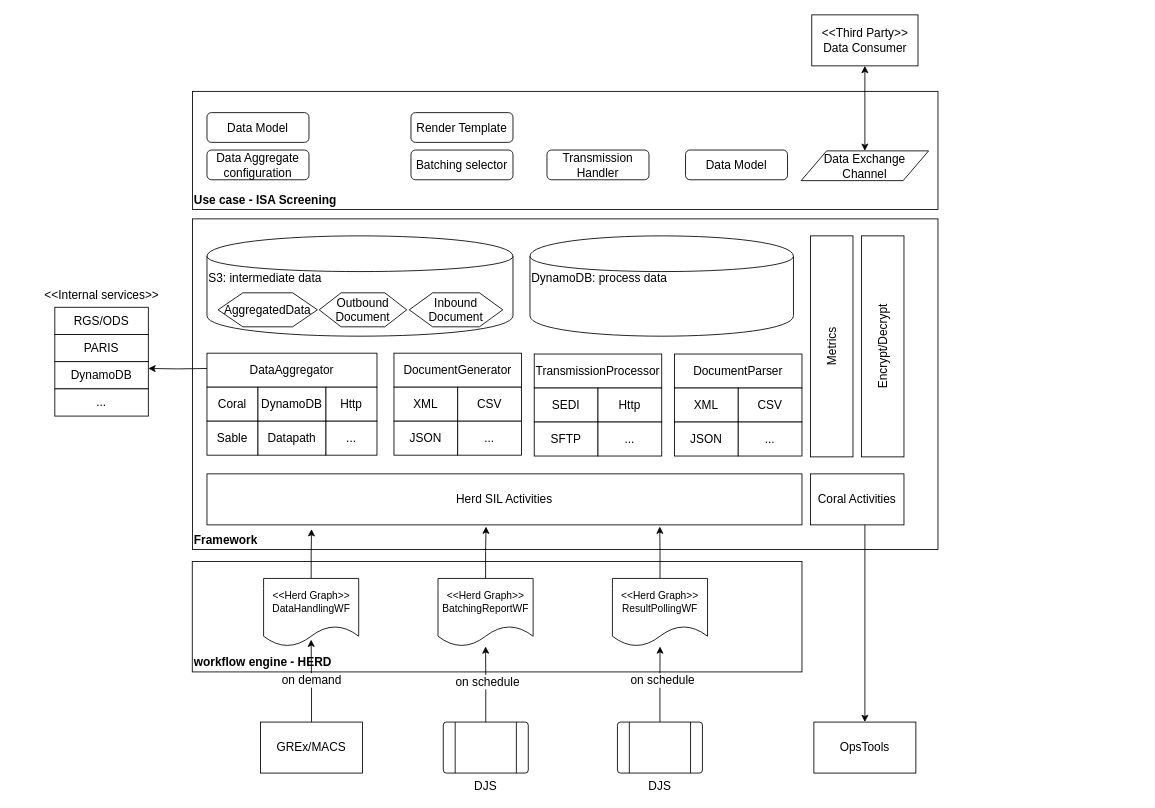
dongposhi/Mimicat keeps this draw.io diagram as Untitled Diagram.drawio. Above is the earlier version. Source tidied: cells renumbered, new cells numbered last; positions are measured from the earlier drawing's top-left corner, leaving out a move shared by most shapes. Both pictures are drawn from the tidied source at 85%, with x=0, y=0 at pixel (37, 14).
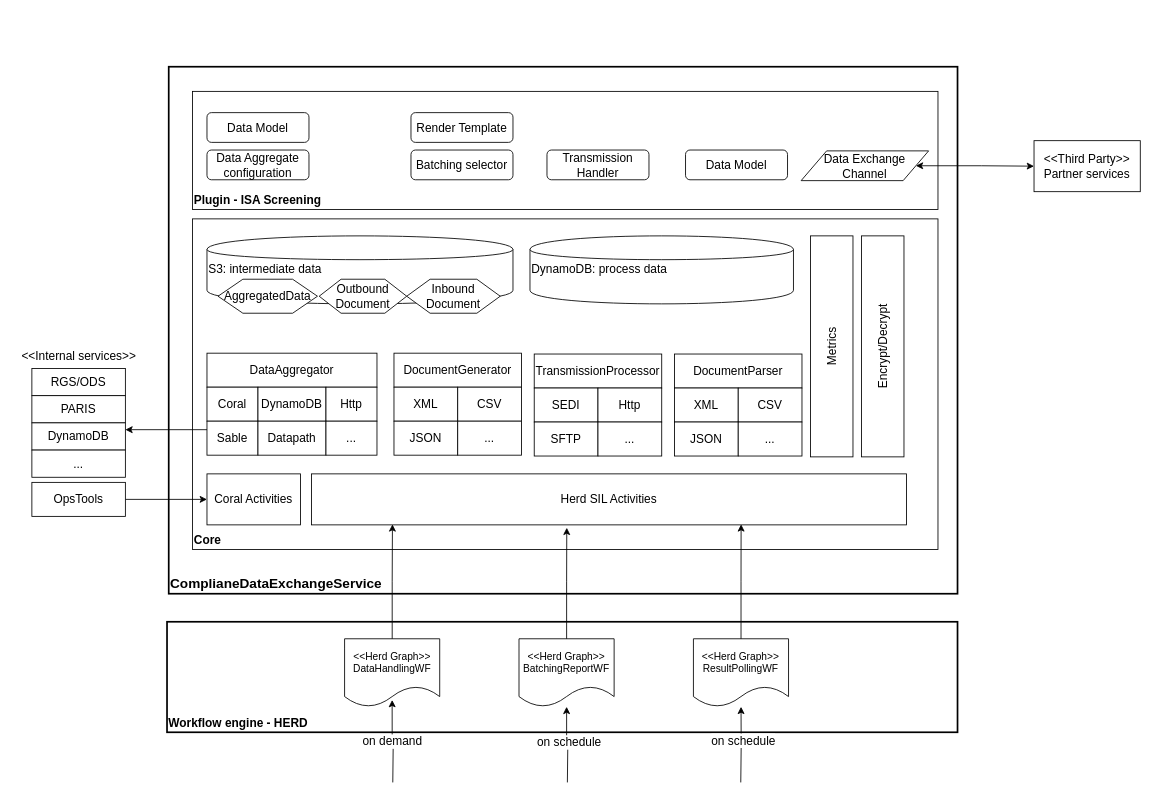
The same diagram, later.

Unchanged cells that the change refers to:
```xml
<mxCell id="38" value="Sable" style="rounded=0;whiteSpace=wrap;html=1;fontSize=14;" parent="33" vertex="1">
  <mxGeometry y="100" width="60" height="40" as="geometry" />
</mxCell>
<mxCell id="64" value="&lt;span style=&quot;white-space: normal&quot;&gt;Data Exchange Channel&lt;/span&gt;" style="shape=parallelogram;perimeter=parallelogramPerimeter;whiteSpace=wrap;html=1;fontSize=14;align=center;" parent="1" vertex="1">
  <mxGeometry x="898" y="160" width="150" height="35" as="geometry" />
</mxCell>
<mxCell id="70" value="DynamoDB" style="rounded=0;whiteSpace=wrap;html=1;fontSize=14;align=center;" parent="67" vertex="1">
  <mxGeometry y="64" width="110" height="32" as="geometry" />
</mxCell>
```

What changed in the source:
```diff
@@
+    <mxCell id="75" value="&lt;b&gt;&lt;font style=&quot;font-size: 16px&quot;&gt;ComplianeDataExchangeService&lt;/font&gt;&lt;/b&gt;" style="rounded=0;whiteSpace=wrap;html=1;fontSize=14;align=left;strokeWidth=2;verticalAlign=bottom;" parent="1" vertex="1">
+      <mxGeometry x="154" y="61" width="928" height="620" as="geometry" />
+    </mxCell>
     <mxCell id="2" style="group;" parent="1" vertex="1">
-      <mxGeometry x="749" y="399" width="470" height="230" as="geometry" />
+      <mxGeometry x="722" y="470" width="470" height="230" as="geometry" />
     </mxCell>
-    <mxCell id="3" value="Framework" style="rounded=0;whiteSpace=wrap;html=1;fontSize=14;align=left;verticalAlign=bottom;fontStyle=1;" parent="2" vertex="1">
-      <mxGeometry x="-567" y="-159" width="877" height="389" as="geometry" />
+    <mxCell id="3" value="Core" style="rounded=0;whiteSpace=wrap;html=1;fontSize=14;align=left;verticalAlign=bottom;fontStyle=1;" parent="2" vertex="1">
+      <mxGeometry x="-540" y="-230" width="877" height="389" as="geometry" />
     </mxCell>
     <mxCell id="4" value="DocumentParser" style="rounded=0;whiteSpace=wrap;html=1;fontSize=14;" parent="2" vertex="1">
-      <mxGeometry width="150" height="40" as="geometry" />
+      <mxGeometry x="27" y="-71" width="150" height="40" as="geometry" />
     </mxCell>
     <mxCell id="5" value="XML" style="rounded=0;whiteSpace=wrap;html=1;fontSize=14;" parent="2" vertex="1">
-      <mxGeometry y="40" width="75" height="40" as="geometry" />
+      <mxGeometry x="27" y="-31" width="75" height="40" as="geometry" />
     </mxCell>
     <mxCell id="6" value="CSV" style="rounded=0;whiteSpace=wrap;html=1;fontSize=14;" parent="2" vertex="1">
-      <mxGeometry x="75" y="40" width="75" height="40" as="geometry" />
+      <mxGeometry x="102" y="-31" width="75" height="40" as="geometry" />
     </mxCell>
     <mxCell id="7" value="JSON" style="rounded=0;whiteSpace=wrap;html=1;fontSize=14;" parent="2" vertex="1">
-      <mxGeometry y="80" width="75" height="40" as="geometry" />
+      <mxGeometry x="27" y="9" width="75" height="40" as="geometry" />
     </mxCell>
     <mxCell id="8" value="..." style="rounded=0;whiteSpace=wrap;html=1;fontSize=14;" parent="2" vertex="1">
-      <mxGeometry x="75" y="80" width="75" height="40" as="geometry" />
+      <mxGeometry x="102" y="9" width="75" height="40" as="geometry" />
     </mxCell>
-    <mxCell id="9" value="Herd SIL Activities" style="rounded=0;whiteSpace=wrap;html=1;fontSize=14;align=center;" parent="2" vertex="1">
-      <mxGeometry x="-550" y="141" width="700" height="60" as="geometry" />
-    </mxCell>
-    <mxCell id="10" value="Coral Activities" style="rounded=0;whiteSpace=wrap;html=1;fontSize=14;align=center;" parent="2" vertex="1">
-      <mxGeometry x="160" y="141" width="110" height="60" as="geometry" />
-    </mxCell>
     <mxCell id="11" value="DynamoDB: process data" style="shape=cylinder;whiteSpace=wrap;html=1;boundedLbl=1;backgroundOutline=1;fontSize=14;align=left;verticalAlign=top;" parent="2" vertex="1">
-      <mxGeometry x="-170" y="-139" width="310" height="118" as="geometry" />
+      <mxGeometry x="-143" y="-210" width="310" height="80" as="geometry" />
     </mxCell>
     <mxCell id="12" value="S3: intermediate data" style="shape=cylinder;whiteSpace=wrap;html=1;boundedLbl=1;backgroundOutline=1;fontSize=14;align=left;verticalAlign=top;" parent="2" vertex="1">
-      <mxGeometry x="-550" y="-139" width="360" height="118" as="geometry" />
+      <mxGeometry x="-523" y="-210" width="360" height="80" as="geometry" />
     </mxCell>
+    <mxCell id="10" value="Coral Activities" style="rounded=0;whiteSpace=wrap;html=1;fontSize=14;align=center;" parent="2" vertex="1">
+      <mxGeometry x="-523" y="70" width="110" height="60" as="geometry" />
+    </mxCell>
+    <mxCell id="42" value="Outbound&lt;br&gt;Document" style="shape=hexagon;perimeter=hexagonPerimeter2;whiteSpace=wrap;html=1;fontSize=14;" parent="2" vertex="1">
+      <mxGeometry x="-391" y="-159" width="103" height="40" as="geometry" />
+    </mxCell>
+    <mxCell id="55" value="Inbound&lt;br&gt;Document" style="shape=hexagon;perimeter=hexagonPerimeter2;whiteSpace=wrap;html=1;fontSize=14;" parent="2" vertex="1">
+      <mxGeometry x="-288" y="-159" width="110" height="40" as="geometry" />
+    </mxCell>
-    <mxCell id="13" style="group;" parent="1" vertex="1">
-      <mxGeometry x="219" y="643" width="830" height="130" as="geometry" />
+    <mxCell id="13" style="group;strokeWidth=2;" parent="1" vertex="1">
+      <mxGeometry x="192" y="714" width="890" height="130" as="geometry" />
     </mxCell>
-    <mxCell id="14" value="workflow engine - HERD" style="rounded=0;whiteSpace=wrap;html=1;align=left;verticalAlign=bottom;fontStyle=1;fontSize=14;" parent="13" vertex="1">
-      <mxGeometry x="-37.3" width="717.3" height="130" as="geometry" />
+    <mxCell id="14" value="Workflow engine - HERD" style="rounded=0;whiteSpace=wrap;html=1;align=left;verticalAlign=bottom;fontStyle=1;fontSize=14;strokeWidth=2;" parent="13" vertex="1">
+      <mxGeometry x="-40" width="930" height="130" as="geometry" />
     </mxCell>
     <mxCell id="15" value="&amp;lt;&amp;lt;Herd Graph&amp;gt;&amp;gt;&lt;br&gt;DataHandlingWF" style="shape=document;whiteSpace=wrap;html=1;boundedLbl=1;" parent="13" vertex="1">
-      <mxGeometry x="46.6" y="20" width="111.9" height="80" as="geometry" />
+      <mxGeometry x="168.9" y="20" width="111.9" height="80" as="geometry" />
     </mxCell>
     <mxCell id="16" value="&amp;lt;&amp;lt;Herd Graph&amp;gt;&amp;gt;&lt;br&gt;BatchingReportWF" style="shape=document;whiteSpace=wrap;html=1;boundedLbl=1;" parent="13" vertex="1">
-      <mxGeometry x="251.8" y="20" width="111.9" height="80" as="geometry" />
+      <mxGeometry x="374.1" y="20" width="111.9" height="80" as="geometry" />
     </mxCell>
     <mxCell id="17" value="&amp;lt;&amp;lt;Herd Graph&amp;gt;&amp;gt;&lt;br&gt;ResultPollingWF" style="shape=document;whiteSpace=wrap;html=1;boundedLbl=1;" parent="13" vertex="1">
-      <mxGeometry x="457" y="20" width="111.9" height="80" as="geometry" />
+      <mxGeometry x="579.3" y="20" width="111.9" height="80" as="geometry" />
     </mxCell>
-    <mxCell id="18" value="Use case - ISA Screening" style="rounded=0;whiteSpace=wrap;html=1;fontSize=14;align=left;verticalAlign=bottom;fontStyle=1;" parent="1" vertex="1">
+    <mxCell id="18" value="Plugin - ISA Screening" style="rounded=0;whiteSpace=wrap;html=1;fontSize=14;align=left;verticalAlign=bottom;fontStyle=1;" parent="1" vertex="1">
       <mxGeometry x="182" y="90" width="877" height="139" as="geometry" />
     </mxCell>
-    <mxCell id="19" style="edgeStyle=orthogonalEdgeStyle;rounded=0;jettySize=auto;html=1;fontSize=14;" parent="1" edge="1" source="21" target="16">
-      <mxGeometry relative="1" as="geometry" />
+    <mxCell id="19" style="edgeStyle=orthogonalEdgeStyle;rounded=0;jettySize=auto;html=1;fontSize=14;" parent="1" edge="1" target="16">
+      <mxGeometry relative="1" as="geometry">
+        <mxPoint x="623" y="903" as="sourcePoint" />
+      </mxGeometry>
     </mxCell>
@@
-    <mxCell id="21" value="DJS" style="verticalLabelPosition=bottom;verticalAlign=top;html=1;shape=process;whiteSpace=wrap;rounded=1;size=0.14;arcSize=6;fontSize=14;" parent="1" vertex="1">
-      <mxGeometry x="477" y="832" width="100" height="60" as="geometry" />
-    </mxCell>
-    <mxCell id="22" style="edgeStyle=orthogonalEdgeStyle;rounded=0;jettySize=auto;html=1;fontSize=14;" parent="1" edge="1" source="24" target="17">
-      <mxGeometry relative="1" as="geometry" />
+    <mxCell id="22" style="edgeStyle=orthogonalEdgeStyle;rounded=0;jettySize=auto;html=1;fontSize=14;" parent="1" edge="1" target="17">
+      <mxGeometry relative="1" as="geometry">
+        <mxPoint x="827" y="903" as="sourcePoint" />
+      </mxGeometry>
     </mxCell>
@@
-    <mxCell id="24" value="DJS" style="verticalLabelPosition=bottom;verticalAlign=top;html=1;shape=process;whiteSpace=wrap;rounded=1;size=0.14;arcSize=6;fontSize=14;" parent="1" vertex="1">
-      <mxGeometry x="681.9" y="832" width="100" height="60" as="geometry" />
-    </mxCell>
-    <mxCell id="25" style="edgeStyle=orthogonalEdgeStyle;rounded=0;jettySize=auto;html=1;entryX=0.5;entryY=0.9;entryDx=0;entryDy=0;entryPerimeter=0;fontSize=14;" parent="1" edge="1" source="27" target="15">
-      <mxGeometry relative="1" as="geometry" />
+    <mxCell id="25" style="edgeStyle=orthogonalEdgeStyle;rounded=0;jettySize=auto;html=1;entryX=0.5;entryY=0.9;entryDx=0;entryDy=0;entryPerimeter=0;fontSize=14;" parent="1" edge="1" target="15">
+      <mxGeometry relative="1" as="geometry">
+        <mxPoint x="417.6" y="903" as="sourcePoint" />
+      </mxGeometry>
     </mxCell>
@@
-    <mxCell id="27" value="GREx/MACS" style="rounded=0;whiteSpace=wrap;html=1;fontSize=14;" parent="1" vertex="1">
-      <mxGeometry x="262" y="832" width="120" height="60" as="geometry" />
-    </mxCell>
@@
-    <mxCell id="41" value="AggregatedData" style="shape=hexagon;perimeter=hexagonPerimeter2;whiteSpace=wrap;html=1;fontSize=14;" parent="1" vertex="1">
-      <mxGeometry x="212" y="327" width="117" height="40" as="geometry" />
-    </mxCell>
-    <mxCell id="42" value="Outbound&lt;br&gt;Document" style="shape=hexagon;perimeter=hexagonPerimeter2;whiteSpace=wrap;html=1;fontSize=14;" parent="1" vertex="1">
-      <mxGeometry x="331" y="327" width="103" height="40" as="geometry" />
-    </mxCell>
@@
-    <mxCell id="55" value="Inbound&lt;br&gt;Document" style="shape=hexagon;perimeter=hexagonPerimeter2;whiteSpace=wrap;html=1;fontSize=14;" parent="1" vertex="1">
-      <mxGeometry x="437" y="327" width="110" height="40" as="geometry" />
-    </mxCell>
@@
-    <mxCell id="59" style="edgeStyle=orthogonalEdgeStyle;rounded=0;jettySize=auto;html=1;entryX=1;entryY=0.25;entryDx=0;entryDy=0;fontSize=14;" parent="1" edge="1" target="70">
-      <mxGeometry relative="1" as="geometry">
-        <mxPoint x="199" y="416" as="sourcePoint" />
-      </mxGeometry>
+    <mxCell id="59" style="edgeStyle=orthogonalEdgeStyle;rounded=0;jettySize=auto;html=1;entryX=1;entryY=0.25;entryDx=0;entryDy=0;fontSize=14;exitX=0;exitY=0.25;exitDx=0;exitDy=0;" parent="1" edge="1" source="38" target="70">
+      <mxGeometry relative="1" as="geometry" />
     </mxCell>
-    <mxCell id="60" style="edgeStyle=orthogonalEdgeStyle;rounded=0;jettySize=auto;html=1;fontSize=14;" parent="1" edge="1" source="15">
-      <mxGeometry relative="1" as="geometry">
-        <mxPoint x="322" y="605" as="targetPoint" />
-      </mxGeometry>
+    <mxCell id="60" style="edgeStyle=orthogonalEdgeStyle;rounded=0;jettySize=auto;html=1;fontSize=14;entryX=0.136;entryY=0.989;entryDx=0;entryDy=0;entryPerimeter=0;" parent="1" edge="1" source="15" target="9">
+      <mxGeometry relative="1" as="geometry" />
     </mxCell>
-    <mxCell id="61" style="edgeStyle=orthogonalEdgeStyle;rounded=0;jettySize=auto;html=1;fontSize=14;entryX=0.469;entryY=1.033;entryDx=0;entryDy=0;entryPerimeter=0;" parent="1" edge="1" source="16" target="9">
+    <mxCell id="61" style="edgeStyle=orthogonalEdgeStyle;rounded=0;jettySize=auto;html=1;fontSize=14;entryX=0.429;entryY=1.056;entryDx=0;entryDy=0;entryPerimeter=0;" parent="1" edge="1" source="16" target="9">
       <mxGeometry relative="1" as="geometry" />
     </mxCell>
-    <mxCell id="62" style="edgeStyle=orthogonalEdgeStyle;rounded=0;jettySize=auto;html=1;entryX=0.761;entryY=1.033;entryDx=0;entryDy=0;entryPerimeter=0;fontSize=14;" parent="1" edge="1" source="17" target="9">
+    <mxCell id="62" style="edgeStyle=orthogonalEdgeStyle;rounded=0;jettySize=auto;html=1;entryX=0.722;entryY=0.989;entryDx=0;entryDy=0;entryPerimeter=0;fontSize=14;" parent="1" edge="1" source="17" target="9">
       <mxGeometry relative="1" as="geometry" />
     </mxCell>
-    <mxCell id="63" style="edgeStyle=orthogonalEdgeStyle;rounded=0;jettySize=auto;html=1;entryX=0.5;entryY=1;entryDx=0;entryDy=0;fontSize=14;startArrow=classic;startFill=1;" parent="1" edge="1" source="64" target="65">
+    <mxCell id="63" style="edgeStyle=orthogonalEdgeStyle;rounded=0;jettySize=auto;html=1;entryX=0;entryY=0.5;entryDx=0;entryDy=0;fontSize=14;startArrow=classic;startFill=1;" parent="1" edge="1" source="64" target="65">
       <mxGeometry relative="1" as="geometry" />
     </mxCell>
@@
-    <mxCell id="65" value="&amp;lt;&amp;lt;Third Party&amp;gt;&amp;gt;&lt;br&gt;Data Consumer" style="rounded=0;whiteSpace=wrap;html=1;fontSize=14;align=center;" parent="1" vertex="1">
-      <mxGeometry x="910.5" width="125" height="60" as="geometry" />
+    <mxCell id="65" value="&amp;lt;&amp;lt;Third Party&amp;gt;&amp;gt;&lt;br&gt;Partner services" style="rounded=0;whiteSpace=wrap;html=1;fontSize=14;align=center;" parent="1" vertex="1">
+      <mxGeometry x="1172" y="148" width="125" height="60" as="geometry" />
     </mxCell>
     <mxCell id="66" style="group;" parent="1" vertex="1">
-      <mxGeometry y="320" width="150" height="152" as="geometry" />
+      <mxGeometry x="-27" y="392" width="150" height="152" as="geometry" />
     </mxCell>
@@
-    <mxCell id="73" style="edgeStyle=orthogonalEdgeStyle;rounded=0;jettySize=auto;html=1;entryX=0.582;entryY=1;entryDx=0;entryDy=0;entryPerimeter=0;startArrow=classic;startFill=1;fontSize=14;endArrow=none;endFill=0;" parent="1" edge="1" source="74" target="10">
+    <mxCell id="73" style="edgeStyle=orthogonalEdgeStyle;rounded=0;jettySize=auto;html=1;entryX=0;entryY=0.5;entryDx=0;entryDy=0;startArrow=none;startFill=0;fontSize=14;endArrow=classic;endFill=1;" parent="1" edge="1" source="74" target="10">
       <mxGeometry relative="1" as="geometry" />
     </mxCell>
     <mxCell id="74" value="OpsTools" style="rounded=0;whiteSpace=wrap;html=1;fontSize=14;" parent="1" vertex="1">
-      <mxGeometry x="913" y="832" width="120" height="60" as="geometry" />
+      <mxGeometry x="-7" y="550" width="110" height="40" as="geometry" />
     </mxCell>
+    <mxCell id="9" value="Herd SIL Activities" style="rounded=0;whiteSpace=wrap;html=1;fontSize=14;align=center;" parent="1" vertex="1">
+      <mxGeometry x="322" y="540" width="700" height="60" as="geometry" />
+    </mxCell>
+    <mxCell id="41" value="AggregatedData" style="shape=hexagon;perimeter=hexagonPerimeter2;whiteSpace=wrap;html=1;fontSize=14;" parent="1" vertex="1">
+      <mxGeometry x="212" y="311" width="117" height="40" as="geometry" />
+    </mxCell>
```
